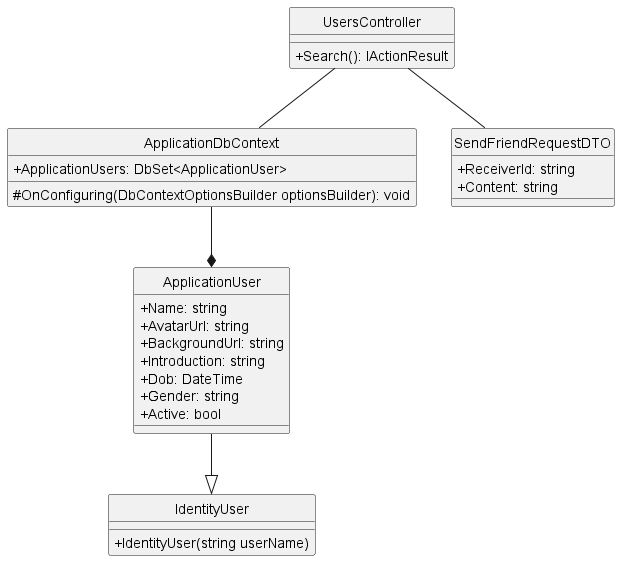
This is docs/Class Diagram/Identity/SearchUser/ClassDiagram/searchUser.png from Carl-Johnsons/Chat-Application, a PlantUML export, as it was before one commit. Its diagram source:
```plantuml
@startuml searchUser
hide circle
skinparam classAttributeIconSize 0
class UsersController {
    +Search(): IActionResult
}

class ApplicationDbContext {
    +ApplicationUsers: DbSet<ApplicationUser>
    #OnConfiguring(DbContextOptionsBuilder optionsBuilder): void
}


class SendFriendRequestDTO {
    +ReceiverId: string
    +Content: string
}

class ApplicationUser {
    +Name: string
    +AvatarUrl: string
    +BackgroundUrl: string
    +Introduction: string
    +Dob: DateTime
    +Gender: string
    +Active: bool
}

class IdentityUser {
    + IdentityUser(string userName)
}

UsersController -- ApplicationDbContext
UsersController -- SendFriendRequestDTO
ApplicationDbContext --* ApplicationUser
ApplicationUser --|> IdentityUser
@enduml
```
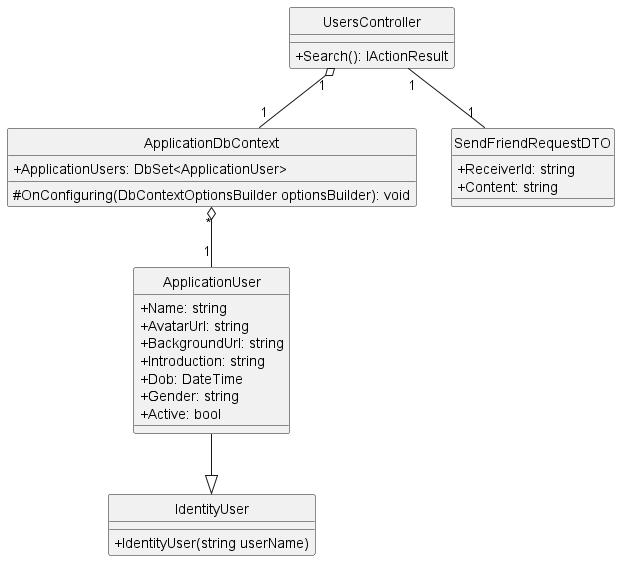
The same diagram one commit later.

Diff of the diagram source:
```diff
@@ -30,8 +30,8 @@
     + IdentityUser(string userName)
 }
 
-UsersController -- ApplicationDbContext
-UsersController -- SendFriendRequestDTO
-ApplicationDbContext --* ApplicationUser
+UsersController "1" o--"1" ApplicationDbContext
+UsersController "1"--"1" SendFriendRequestDTO
+ApplicationDbContext "*" o--"1" ApplicationUser
 ApplicationUser --|> IdentityUser
 @enduml
```
